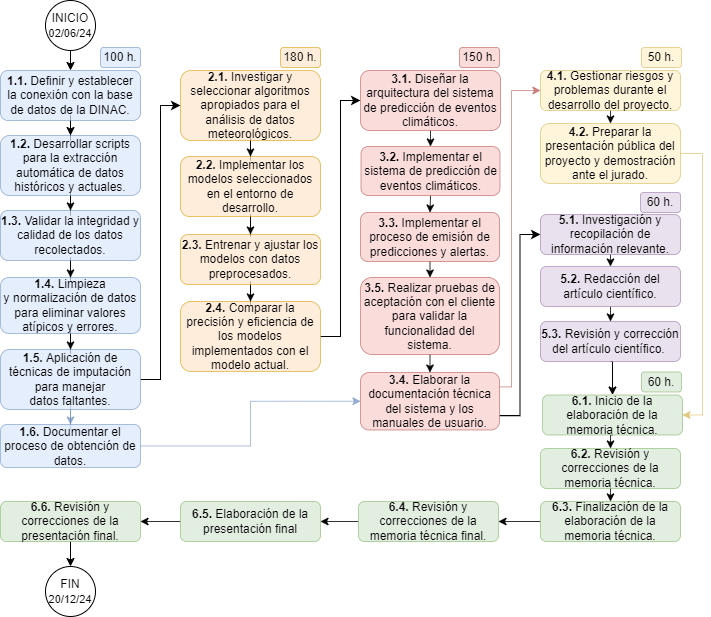
Above: Figuras/AoN.png in sevann-radhak/Plantilla-planificacion (draw.io), before the change. Source tidied: cells renumbered, new cells last; positions are measured from the earlier drawing's top-left corner, leaving out a move shared by most shapes.
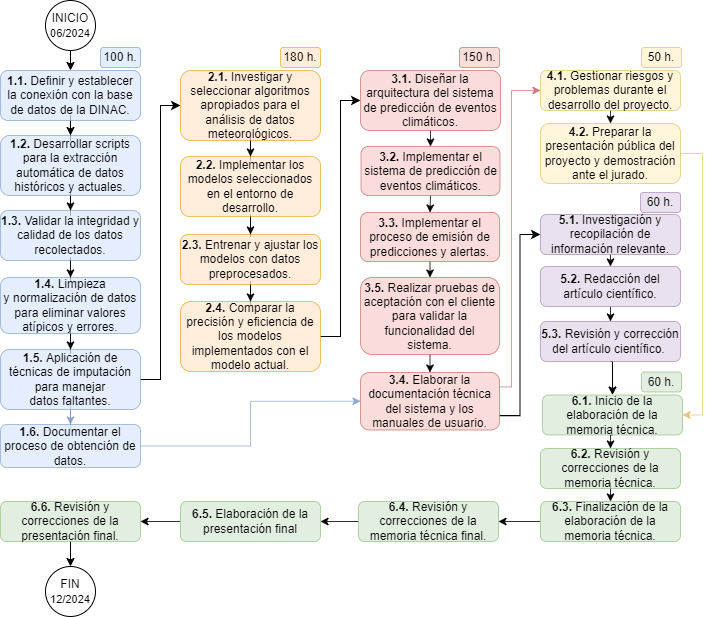
After the change.

Change to the diagram source:
```diff
@@ -174,10 +174,10 @@
     <mxCell id="56" style="edgeStyle=orthogonalEdgeStyle;rounded=0;jettySize=auto;html=1;exitX=0.5;exitY=1;exitDx=0;exitDy=0;entryX=0.5;entryY=0;entryDx=0;entryDy=0;" parent="1" edge="1" source="57" target="3">
       <mxGeometry relative="1" as="geometry" />
     </mxCell>
-    <mxCell id="57" value="INICIO&lt;div&gt;&lt;font style=&quot;font-size: 11px;&quot;&gt;02/06/24&lt;/font&gt;&lt;/div&gt;" style="ellipse;whiteSpace=wrap;html=1;" parent="1" vertex="1">
+    <mxCell id="57" value="INICIO&lt;div&gt;&lt;font style=&quot;font-size: 11px;&quot;&gt;06/2024&lt;/font&gt;&lt;/div&gt;" style="ellipse;whiteSpace=wrap;html=1;" parent="1" vertex="1">
       <mxGeometry x="45" width="50" height="50" as="geometry" />
     </mxCell>
-    <mxCell id="58" value="FIN&lt;div&gt;&lt;font style=&quot;font-size: 11px;&quot;&gt;20/12/24&lt;/font&gt;&lt;/div&gt;" style="ellipse;whiteSpace=wrap;html=1;" parent="1" vertex="1">
+    <mxCell id="58" value="FIN&lt;div&gt;&lt;font style=&quot;font-size: 11px;&quot;&gt;12/2024&lt;/font&gt;&lt;/div&gt;" style="ellipse;whiteSpace=wrap;html=1;" parent="1" vertex="1">
       <mxGeometry x="45" y="566" width="50" height="50" as="geometry" />
     </mxCell>
     <mxCell id="59" value="&lt;font face=&quot;Helvetica&quot;&gt;100 h.&lt;/font&gt;" style="rounded=1;whiteSpace=wrap;html=1;fontSize=12;glass=0;strokeWidth=0.8;shadow=0;fillColor=#dae8fc;strokeColor=#6c8ebf;opacity=70;" parent="1" vertex="1">
```
